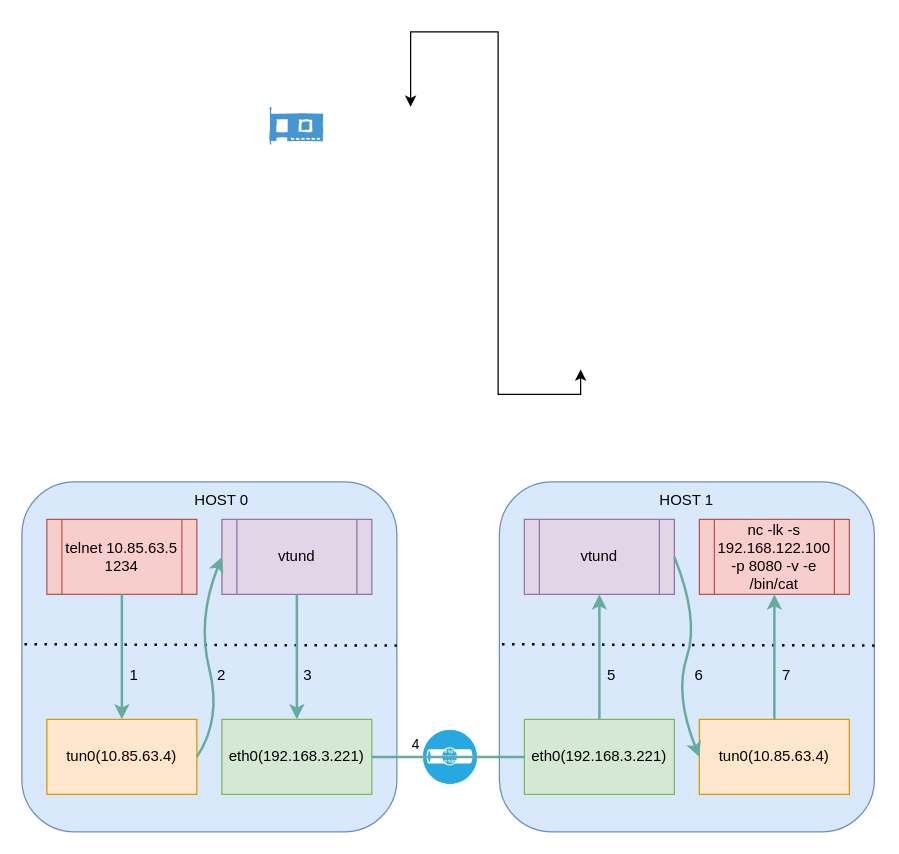
This is tuntap.drawio from qinxinliang/diagrams, a draw.io file, before an edit. Source tidied: cells renumbered, new cells numbered last; positions are measured from the earlier drawing's top-left corner, leaving out a move shared by most shapes. Both pictures are drawn from the tidied source at 125%, with x=0, y=0 at pixel (21, 31).
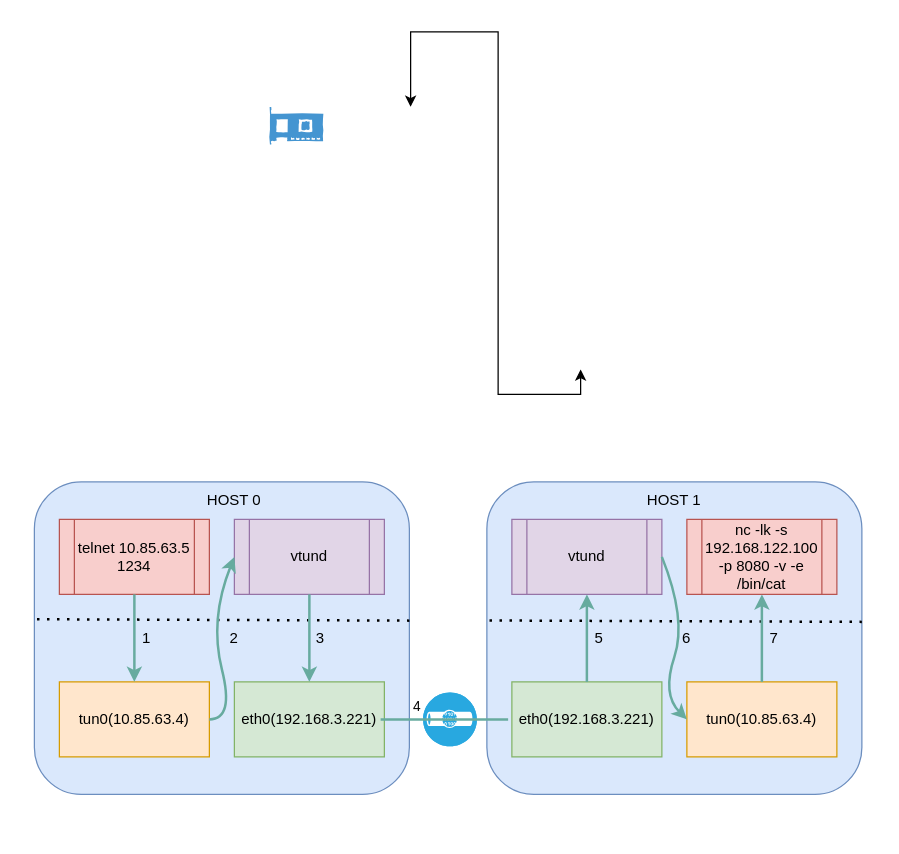
The same diagram, later.

The edit, as a diff of the source:
```diff
@@
     <mxCell id="4" style="fillColor=#28A8E0;verticalLabelPosition=bottom;sketch=0;html=1;strokeColor=#ffffff;verticalAlign=top;align=center;shape=mxgraph.cisco_safe.compositeIcon;bgIcon=ellipse;resIcon=mxgraph.cisco_safe.capability.virtual_private_network;" parent="1" vertex="1">
-      <mxGeometry x="321" y="558.5" width="43" height="43" as="geometry" />
+      <mxGeometry x="321" y="528.5" width="43" height="43" as="geometry" />
     </mxCell>
     <mxCell id="5" style="rounded=1;whiteSpace=wrap;html=1;fillColor=#dae8fc;strokeColor=#6c8ebf;" parent="1" vertex="1">
-      <mxGeometry y="360" width="300" height="280" as="geometry" />
+      <mxGeometry x="10" y="360" width="300" height="250" as="geometry" />
     </mxCell>
     <mxCell id="6" value="telnet 10.85.63.5 1234" style="shape=process;whiteSpace=wrap;html=1;backgroundOutline=1;fillColor=#f8cecc;strokeColor=#b85450;" parent="1" vertex="1">
-      <mxGeometry x="20" y="390" width="120" height="60" as="geometry" />
+      <mxGeometry x="30" y="390" width="120" height="60" as="geometry" />
     </mxCell>
     <mxCell id="7" value="vtund" style="shape=process;whiteSpace=wrap;html=1;backgroundOutline=1;fillColor=#e1d5e7;strokeColor=#9673a6;" parent="1" vertex="1">
-      <mxGeometry x="160" y="390" width="120" height="60" as="geometry" />
+      <mxGeometry x="170" y="390" width="120" height="60" as="geometry" />
     </mxCell>
     <mxCell id="8" value="tun0(10.85.63.4)" style="rounded=0;whiteSpace=wrap;html=1;fillColor=#ffe6cc;strokeColor=#d79b00;" parent="1" vertex="1">
-      <mxGeometry x="20" y="550" width="120" height="60" as="geometry" />
+      <mxGeometry x="30" y="520" width="120" height="60" as="geometry" />
     </mxCell>
     <mxCell id="9" value="eth0(192.168.3.221)" style="rounded=0;whiteSpace=wrap;html=1;fillColor=#d5e8d4;strokeColor=#82b366;" parent="1" vertex="1">
-      <mxGeometry x="160" y="550" width="120" height="60" as="geometry" />
+      <mxGeometry x="170" y="520" width="120" height="60" as="geometry" />
     </mxCell>
     <mxCell id="10" style="endArrow=none;dashed=1;html=1;dashPattern=1 3;strokeWidth=2;rounded=0;exitX=0.007;exitY=0.469;exitDx=0;exitDy=0;exitPerimeter=0;entryX=1;entryY=0.473;entryDx=0;entryDy=0;entryPerimeter=0;" parent="1" edge="1">
       <mxGeometry relative="1" as="geometry">
-        <mxPoint x="2.1" y="489.9" as="sourcePoint" />
-        <mxPoint x="300" y="491" as="targetPoint" />
+        <mxPoint x="12.1" y="469.9" as="sourcePoint" />
+        <mxPoint x="310" y="471" as="targetPoint" />
       </mxGeometry>
     </mxCell>
     <mxCell id="11" style="rounded=1;whiteSpace=wrap;html=1;fillColor=#dae8fc;strokeColor=#6c8ebf;" parent="1" vertex="1">
-      <mxGeometry x="382" y="360" width="300" height="280" as="geometry" />
+      <mxGeometry x="372" y="360" width="300" height="250" as="geometry" />
     </mxCell>
     <mxCell id="12" value="vtund" style="shape=process;whiteSpace=wrap;html=1;backgroundOutline=1;fillColor=#e1d5e7;strokeColor=#9673a6;" parent="1" vertex="1">
-      <mxGeometry x="402" y="390" width="120" height="60" as="geometry" />
+      <mxGeometry x="392" y="390" width="120" height="60" as="geometry" />
     </mxCell>
     <mxCell id="13" value="nc -lk -s 192.168.122.100 -p 8080 -v -e /bin/cat" style="shape=process;whiteSpace=wrap;html=1;backgroundOutline=1;fillColor=#f8cecc;strokeColor=#b85450;" parent="1" vertex="1">
-      <mxGeometry x="542" y="390" width="120" height="60" as="geometry" />
+      <mxGeometry x="532" y="390" width="120" height="60" as="geometry" />
     </mxCell>
     <mxCell id="14" value="&lt;div&gt;eth0(192.168.3.221)&lt;/div&gt;" style="rounded=0;whiteSpace=wrap;html=1;fillColor=#d5e8d4;strokeColor=#82b366;" parent="1" vertex="1">
-      <mxGeometry x="402" y="550" width="120" height="60" as="geometry" />
+      <mxGeometry x="392" y="520" width="120" height="60" as="geometry" />
     </mxCell>
     <mxCell id="15" value="&lt;div&gt;tun0(10.85.63.4)&lt;/div&gt;" style="rounded=0;whiteSpace=wrap;html=1;fillColor=#ffe6cc;strokeColor=#d79b00;" parent="1" vertex="1">
-      <mxGeometry x="542" y="550" width="120" height="60" as="geometry" />
+      <mxGeometry x="532" y="520" width="120" height="60" as="geometry" />
     </mxCell>
     <mxCell id="16" style="endArrow=none;dashed=1;html=1;dashPattern=1 3;strokeWidth=2;rounded=0;exitX=0.007;exitY=0.469;exitDx=0;exitDy=0;exitPerimeter=0;entryX=1;entryY=0.473;entryDx=0;entryDy=0;entryPerimeter=0;" parent="1" edge="1">
       <mxGeometry relative="1" as="geometry">
-        <mxPoint x="384.1" y="489.9" as="sourcePoint" />
-        <mxPoint x="682" y="491" as="targetPoint" />
+        <mxPoint x="374.1" y="470.9" as="sourcePoint" />
+        <mxPoint x="672" y="472" as="targetPoint" />
       </mxGeometry>
     </mxCell>
@@
-    <mxCell id="19" value="4" style="endArrow=none;html=1;rounded=0;strokeColor=#67AB9F;strokeWidth=2;exitX=1;exitY=0.5;exitDx=0;exitDy=0;entryX=0;entryY=0.5;entryDx=0;entryDy=0;" parent="1" edge="1" source="9" target="14">
-      <mxGeometry x="-0.43" y="10" relative="1" as="geometry" />
+    <mxCell id="19" value="4" style="endArrow=none;html=1;rounded=0;strokeColor=#67AB9F;strokeWidth=2;exitX=1;exitY=0.5;exitDx=0;exitDy=0;entryX=0;entryY=0.5;entryDx=0;entryDy=0;" parent="1" edge="1">
+      <mxGeometry x="-0.43" y="10" relative="1" as="geometry">
+        <mxPoint x="287" y="550" as="sourcePoint" />
+        <mxPoint x="389" y="550" as="targetPoint" />
+      </mxGeometry>
     </mxCell>
@@
     <mxCell id="22" style="curved=1;endArrow=classic;html=1;rounded=0;strokeColor=#67AB9F;strokeWidth=2;entryX=0;entryY=0.5;entryDx=0;entryDy=0;exitX=1;exitY=0.5;exitDx=0;exitDy=0;" parent="1" edge="1" source="8" target="7">
       <mxGeometry relative="1" as="geometry">
         <Array as="points">
-          <mxPoint x="160" y="550" />
-          <mxPoint x="140" y="470" />
+          <mxPoint x="170" y="550" />
+          <mxPoint x="150" y="470" />
         </Array>
       </mxGeometry>
     </mxCell>
     <mxCell id="23" style="curved=1;endArrow=classic;html=1;rounded=0;strokeColor=#67AB9F;strokeWidth=2;exitX=1;exitY=0.5;exitDx=0;exitDy=0;entryX=0;entryY=0.5;entryDx=0;entryDy=0;" parent="1" edge="1" source="12" target="15">
       <mxGeometry relative="1" as="geometry">
         <Array as="points">
-          <mxPoint x="542" y="470" />
-          <mxPoint x="522" y="530" />
+          <mxPoint x="532" y="470" />
+          <mxPoint x="512" y="530" />
         </Array>
       </mxGeometry>
     </mxCell>
     <mxCell id="24" value="1" style="text;html=1;strokeColor=none;fillColor=none;align=center;verticalAlign=middle;whiteSpace=wrap;rounded=0;" parent="1" vertex="1">
-      <mxGeometry x="60" y="500" width="60" height="30" as="geometry" />
+      <mxGeometry x="70" y="470" width="60" height="30" as="geometry" />
     </mxCell>
     <mxCell id="25" value="2" style="text;html=1;strokeColor=none;fillColor=none;align=center;verticalAlign=middle;whiteSpace=wrap;rounded=0;" parent="1" vertex="1">
-      <mxGeometry x="130" y="500" width="60" height="30" as="geometry" />
+      <mxGeometry x="140" y="470" width="60" height="30" as="geometry" />
     </mxCell>
     <mxCell id="26" value="3" style="text;html=1;strokeColor=none;fillColor=none;align=center;verticalAlign=middle;whiteSpace=wrap;rounded=0;" parent="1" vertex="1">
-      <mxGeometry x="198.6" y="500" width="60" height="30" as="geometry" />
+      <mxGeometry x="208.6" y="470" width="60" height="30" as="geometry" />
     </mxCell>
     <mxCell id="27" value="5" style="text;html=1;strokeColor=none;fillColor=none;align=center;verticalAlign=middle;whiteSpace=wrap;rounded=0;" parent="1" vertex="1">
-      <mxGeometry x="442" y="500" width="60" height="30" as="geometry" />
+      <mxGeometry x="432" y="470" width="60" height="30" as="geometry" />
     </mxCell>
     <mxCell id="28" value="6" style="text;html=1;strokeColor=none;fillColor=none;align=center;verticalAlign=middle;whiteSpace=wrap;rounded=0;" parent="1" vertex="1">
-      <mxGeometry x="512" y="500" width="60" height="30" as="geometry" />
+      <mxGeometry x="502" y="470" width="60" height="30" as="geometry" />
     </mxCell>
     <mxCell id="29" value="7" style="text;html=1;strokeColor=none;fillColor=none;align=center;verticalAlign=middle;whiteSpace=wrap;rounded=0;" parent="1" vertex="1">
-      <mxGeometry x="582" y="500" width="60" height="30" as="geometry" />
+      <mxGeometry x="572" y="470" width="60" height="30" as="geometry" />
     </mxCell>
     <mxCell id="30" value="HOST 0" style="text;html=1;strokeColor=none;fillColor=none;align=center;verticalAlign=middle;whiteSpace=wrap;rounded=0;" parent="1" vertex="1">
-      <mxGeometry x="130" y="360" width="60" height="30" as="geometry" />
+      <mxGeometry x="140" y="360" width="60" height="30" as="geometry" />
     </mxCell>
     <mxCell id="31" value="HOST 1" style="text;html=1;strokeColor=none;fillColor=none;align=center;verticalAlign=middle;whiteSpace=wrap;rounded=0;" parent="1" vertex="1">
-      <mxGeometry x="502" y="360" width="60" height="30" as="geometry" />
+      <mxGeometry x="492" y="360" width="60" height="30" as="geometry" />
     </mxCell>
```
